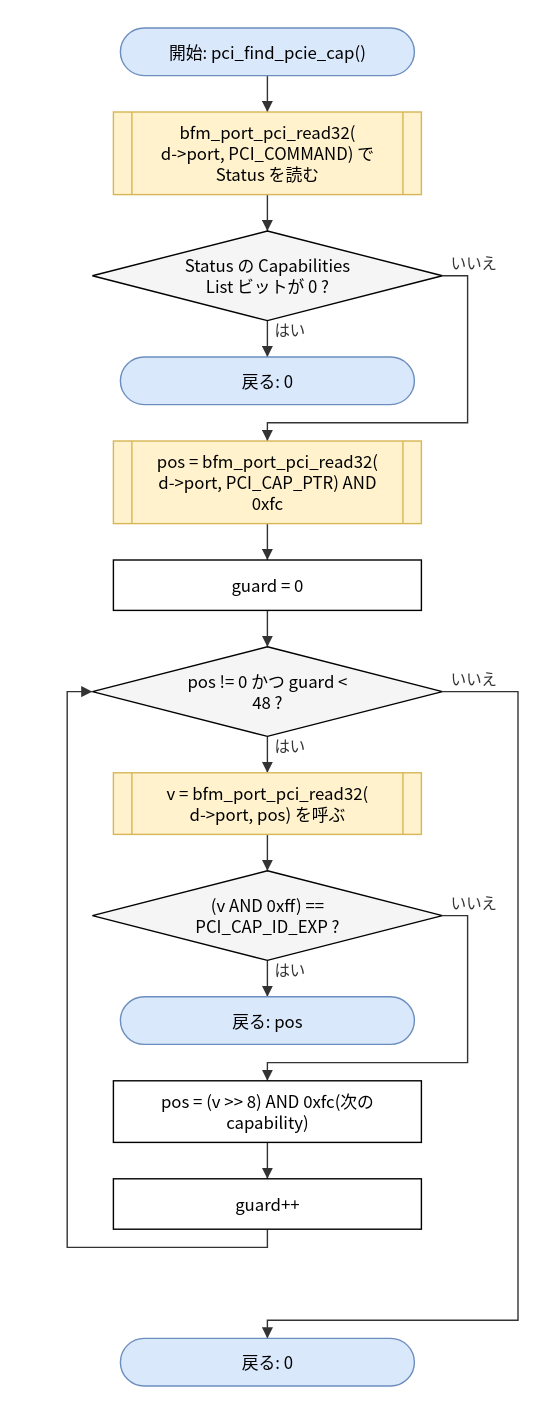
Earlier version of the draw.io export doc/spec/images/flow_src_bfm_pci-pci_find_pcie_cap.drawio.svg (hf355051012-ai/bfmem). Source tidied: cells renumbered, new cells last; positions are measured from the earlier drawing's top-left corner, leaving out a move shared by most shapes.
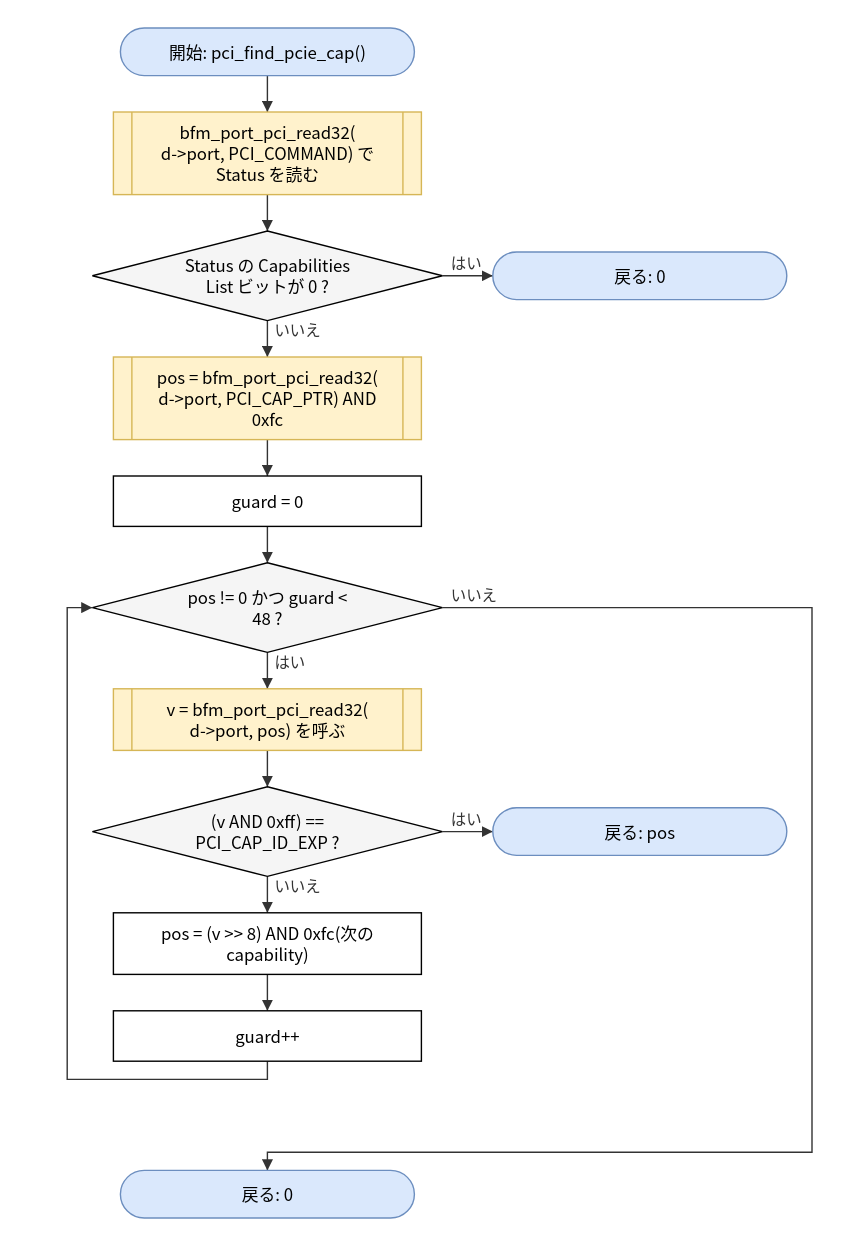
After the change.

Change to the diagram source:
```diff
@@ -12,34 +12,34 @@
       <mxGeometry x="18" y="145" width="250" height="64" as="geometry" />
     </mxCell>
     <mxCell id="5" value="戻る: 0" style="rounded=1;arcSize=50;whiteSpace=wrap;html=1;fillColor=#dae8fc;strokeColor=#6c8ebf;" parent="1" vertex="1">
-      <mxGeometry x="38" y="235" width="210" height="34" as="geometry" />
+      <mxGeometry x="304" y="160" width="210" height="34" as="geometry" />
     </mxCell>
     <mxCell id="6" value="pos = bfm_port_pci_read32(&lt;br&gt;d-&amp;gt;port, PCI_CAP_PTR) AND&lt;br&gt;0xfc" style="shape=process;whiteSpace=wrap;html=1;backgroundOutline=1;size=0.06;fillColor=#fff2cc;strokeColor=#d6b656;" parent="1" vertex="1">
-      <mxGeometry x="33" y="295" width="220" height="59" as="geometry" />
+      <mxGeometry x="33" y="235" width="220" height="59" as="geometry" />
     </mxCell>
     <mxCell id="7" value="guard = 0" style="rounded=0;whiteSpace=wrap;html=1;" parent="1" vertex="1">
-      <mxGeometry x="33" y="380" width="220" height="36" as="geometry" />
+      <mxGeometry x="33" y="320" width="220" height="36" as="geometry" />
     </mxCell>
     <mxCell id="8" value="pos != 0 かつ guard &amp;lt;&lt;br&gt;48 ?" style="rhombus;whiteSpace=wrap;html=1;fillColor=#f5f5f5;" parent="1" vertex="1">
-      <mxGeometry x="18" y="442" width="250" height="64" as="geometry" />
+      <mxGeometry x="18" y="382" width="250" height="64" as="geometry" />
     </mxCell>
     <mxCell id="9" value="v = bfm_port_pci_read32(&lt;br&gt;d-&amp;gt;port, pos) を呼ぶ" style="shape=process;whiteSpace=wrap;html=1;backgroundOutline=1;size=0.06;fillColor=#fff2cc;strokeColor=#d6b656;" parent="1" vertex="1">
-      <mxGeometry x="33" y="532" width="220" height="44" as="geometry" />
+      <mxGeometry x="33" y="472" width="220" height="44" as="geometry" />
     </mxCell>
     <mxCell id="10" value="(v AND 0xff) ==&lt;br&gt;PCI_CAP_ID_EXP ?" style="rhombus;whiteSpace=wrap;html=1;fillColor=#f5f5f5;" parent="1" vertex="1">
-      <mxGeometry x="18" y="602" width="250" height="64" as="geometry" />
+      <mxGeometry x="18" y="542" width="250" height="64" as="geometry" />
     </mxCell>
     <mxCell id="11" value="戻る: pos" style="rounded=1;arcSize=50;whiteSpace=wrap;html=1;fillColor=#dae8fc;strokeColor=#6c8ebf;" parent="1" vertex="1">
-      <mxGeometry x="38" y="692" width="210" height="34" as="geometry" />
+      <mxGeometry x="304" y="557" width="210" height="34" as="geometry" />
     </mxCell>
     <mxCell id="12" value="pos = (v &amp;gt;&amp;gt; 8) AND 0xfc(次の&lt;br&gt;capability)" style="rounded=0;whiteSpace=wrap;html=1;" parent="1" vertex="1">
-      <mxGeometry x="33" y="752" width="220" height="44" as="geometry" />
+      <mxGeometry x="33" y="632" width="220" height="44" as="geometry" />
     </mxCell>
     <mxCell id="13" value="guard++" style="rounded=0;whiteSpace=wrap;html=1;" parent="1" vertex="1">
-      <mxGeometry x="33" y="822" width="220" height="36" as="geometry" />
+      <mxGeometry x="33" y="702" width="220" height="36" as="geometry" />
     </mxCell>
     <mxCell id="14" value="戻る: 0" style="rounded=1;arcSize=50;whiteSpace=wrap;html=1;fillColor=#dae8fc;strokeColor=#6c8ebf;" parent="1" vertex="1">
-      <mxGeometry x="38" y="936" width="210" height="34" as="geometry" />
+      <mxGeometry x="38" y="816" width="210" height="34" as="geometry" />
     </mxCell>
     <mxCell id="15" style="edgeStyle=none;html=1;rounded=0;endArrow=block;endFill=1;exitX=0.5000;exitY=1.0000;exitDx=0;exitDy=0;exitPerimeter=0;entryX=0.5000;entryY=0.0000;entryDx=0;entryDy=0;entryPerimeter=0;" parent="1" edge="1" source="2" target="3">
       <mxGeometry relative="1" as="geometry" />
@@ -47,17 +47,11 @@
     <mxCell id="16" style="edgeStyle=none;html=1;rounded=0;endArrow=block;endFill=1;exitX=0.5000;exitY=1.0000;exitDx=0;exitDy=0;exitPerimeter=0;entryX=0.5000;entryY=0.0000;entryDx=0;entryDy=0;entryPerimeter=0;" parent="1" edge="1" source="3" target="4">
       <mxGeometry relative="1" as="geometry" />
     </mxCell>
-    <mxCell id="17" value="はい" style="edgeStyle=none;html=1;rounded=0;endArrow=block;endFill=1;exitX=0.5000;exitY=1.0000;exitDx=0;exitDy=0;exitPerimeter=0;entryX=0.5000;entryY=0.0000;entryDx=0;entryDy=0;entryPerimeter=0;" parent="1" edge="1" source="4" target="5">
+    <mxCell id="17" value="はい" style="edgeStyle=none;html=1;rounded=0;endArrow=block;endFill=1;exitX=1.0000;exitY=0.5000;exitDx=0;exitDy=0;exitPerimeter=0;entryX=0.0000;entryY=0.5000;entryDx=0;entryDy=0;entryPerimeter=0;" parent="1" edge="1" source="4" target="5">
       <mxGeometry relative="1" as="geometry" />
     </mxCell>
-    <mxCell id="18" value="いいえ" style="edgeStyle=none;html=1;rounded=0;endArrow=block;endFill=1;exitX=1.0000;exitY=0.5000;exitDx=0;exitDy=0;exitPerimeter=0;entryX=0.5000;entryY=0.0000;entryDx=0;entryDy=0;entryPerimeter=0;" parent="1" edge="1" source="4" target="6">
-      <mxGeometry relative="1" as="geometry">
-        <Array as="points">
-          <mxPoint x="286" y="177" />
-          <mxPoint x="286" y="282" />
-          <mxPoint x="143" y="282" />
-        </Array>
-      </mxGeometry>
+    <mxCell id="18" value="いいえ" style="edgeStyle=none;html=1;rounded=0;endArrow=block;endFill=1;exitX=0.5000;exitY=1.0000;exitDx=0;exitDy=0;exitPerimeter=0;entryX=0.5000;entryY=0.0000;entryDx=0;entryDy=0;entryPerimeter=0;" parent="1" edge="1" source="4" target="6">
+      <mxGeometry relative="1" as="geometry" />
     </mxCell>
     <mxCell id="19" style="edgeStyle=none;html=1;rounded=0;endArrow=block;endFill=1;exitX=0.5000;exitY=1.0000;exitDx=0;exitDy=0;exitPerimeter=0;entryX=0.5000;entryY=0.0000;entryDx=0;entryDy=0;entryPerimeter=0;" parent="1" edge="1" source="6" target="7">
       <mxGeometry relative="1" as="geometry" />
@@ -71,17 +65,11 @@
     <mxCell id="22" style="edgeStyle=none;html=1;rounded=0;endArrow=block;endFill=1;exitX=0.5000;exitY=1.0000;exitDx=0;exitDy=0;exitPerimeter=0;entryX=0.5000;entryY=0.0000;entryDx=0;entryDy=0;entryPerimeter=0;" parent="1" edge="1" source="9" target="10">
       <mxGeometry relative="1" as="geometry" />
     </mxCell>
-    <mxCell id="23" value="はい" style="edgeStyle=none;html=1;rounded=0;endArrow=block;endFill=1;exitX=0.5000;exitY=1.0000;exitDx=0;exitDy=0;exitPerimeter=0;entryX=0.5000;entryY=0.0000;entryDx=0;entryDy=0;entryPerimeter=0;" parent="1" edge="1" source="10" target="11">
+    <mxCell id="23" value="はい" style="edgeStyle=none;html=1;rounded=0;endArrow=block;endFill=1;exitX=1.0000;exitY=0.5000;exitDx=0;exitDy=0;exitPerimeter=0;entryX=0.0000;entryY=0.5000;entryDx=0;entryDy=0;entryPerimeter=0;" parent="1" edge="1" source="10" target="11">
       <mxGeometry relative="1" as="geometry" />
     </mxCell>
-    <mxCell id="24" value="いいえ" style="edgeStyle=none;html=1;rounded=0;endArrow=block;endFill=1;exitX=1.0000;exitY=0.5000;exitDx=0;exitDy=0;exitPerimeter=0;entryX=0.5000;entryY=0.0000;entryDx=0;entryDy=0;entryPerimeter=0;" parent="1" edge="1" source="10" target="12">
-      <mxGeometry relative="1" as="geometry">
-        <Array as="points">
-          <mxPoint x="286" y="634" />
-          <mxPoint x="286" y="739" />
-          <mxPoint x="143" y="739" />
-        </Array>
-      </mxGeometry>
+    <mxCell id="24" value="いいえ" style="edgeStyle=none;html=1;rounded=0;endArrow=block;endFill=1;exitX=0.5000;exitY=1.0000;exitDx=0;exitDy=0;exitPerimeter=0;entryX=0.5000;entryY=0.0000;entryDx=0;entryDy=0;entryPerimeter=0;" parent="1" edge="1" source="10" target="12">
+      <mxGeometry relative="1" as="geometry" />
     </mxCell>
     <mxCell id="25" style="edgeStyle=none;html=1;rounded=0;endArrow=block;endFill=1;exitX=0.5000;exitY=1.0000;exitDx=0;exitDy=0;exitPerimeter=0;entryX=0.5000;entryY=0.0000;entryDx=0;entryDy=0;entryPerimeter=0;" parent="1" edge="1" source="12" target="13">
       <mxGeometry relative="1" as="geometry" />
@@ -89,18 +77,18 @@
     <mxCell id="26" style="edgeStyle=none;html=1;rounded=0;endArrow=block;endFill=1;exitX=0.5000;exitY=1.0000;exitDx=0;exitDy=0;exitPerimeter=0;entryX=0.0000;entryY=0.5000;entryDx=0;entryDy=0;entryPerimeter=0;" parent="1" edge="1" source="13" target="8">
       <mxGeometry relative="1" as="geometry">
         <Array as="points">
-          <mxPoint x="143" y="871" />
-          <mxPoint y="871" />
-          <mxPoint y="474" />
+          <mxPoint x="143" y="751" />
+          <mxPoint y="751" />
+          <mxPoint y="414" />
         </Array>
       </mxGeometry>
     </mxCell>
     <mxCell id="27" value="いいえ" style="edgeStyle=none;html=1;rounded=0;endArrow=block;endFill=1;exitX=1.0000;exitY=0.5000;exitDx=0;exitDy=0;exitPerimeter=0;entryX=0.5000;entryY=0.0000;entryDx=0;entryDy=0;entryPerimeter=0;" parent="1" edge="1" source="8" target="14">
       <mxGeometry relative="1" as="geometry">
         <Array as="points">
-          <mxPoint x="322" y="474" />
-          <mxPoint x="322" y="923" />
-          <mxPoint x="143" y="923" />
+          <mxPoint x="532" y="414" />
+          <mxPoint x="532" y="803" />
+          <mxPoint x="143" y="803" />
         </Array>
       </mxGeometry>
     </mxCell>
```
